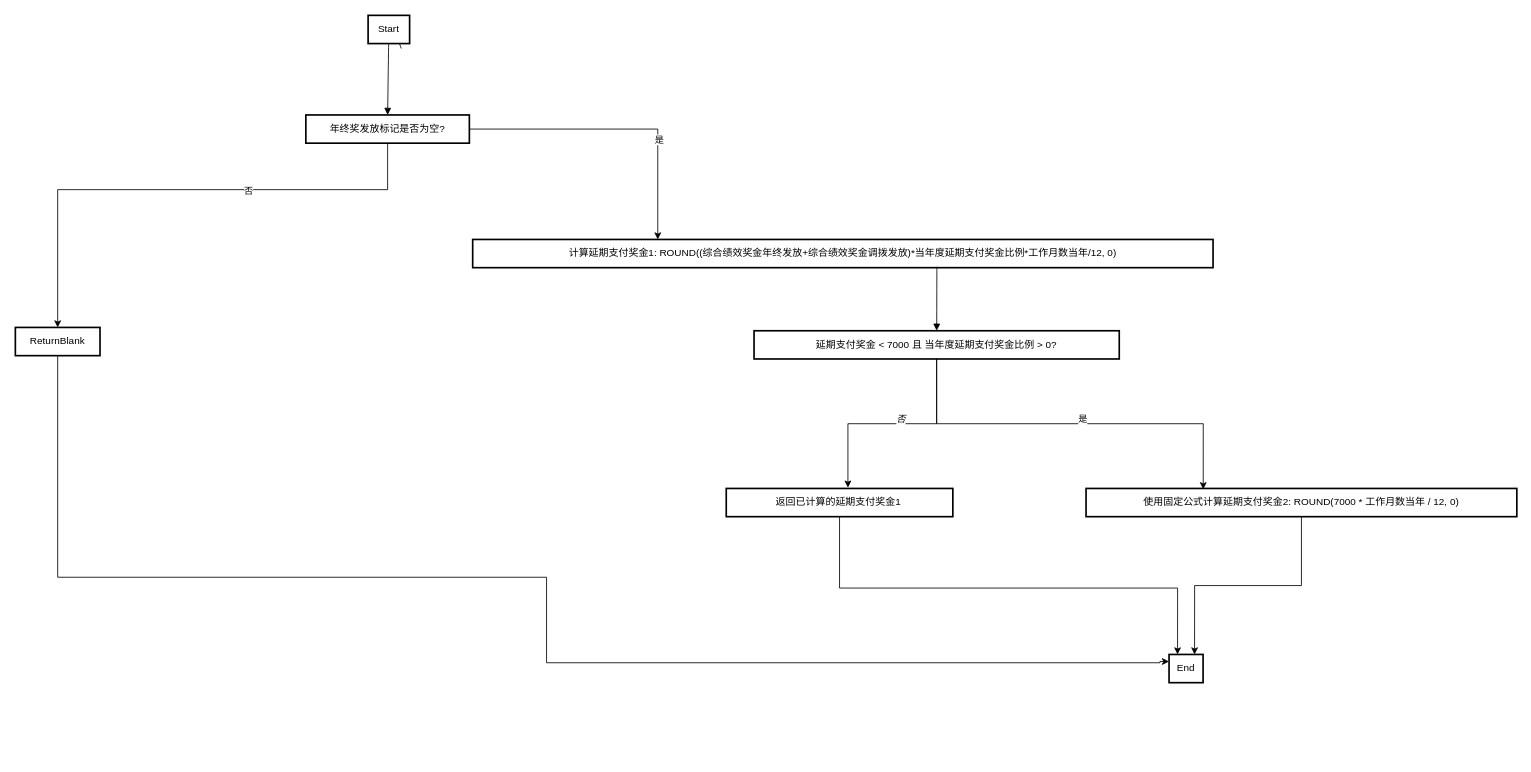
This is bonus.drawio from yi2003/diagram, a draw.io file, before an edit. Source tidied: cells renumbered, new cells numbered last; positions are measured from the earlier drawing's top-left corner, leaving out a move shared by most shapes. Both pictures are drawn from the tidied source at 83%, with x=0, y=0 at pixel (15, 15).
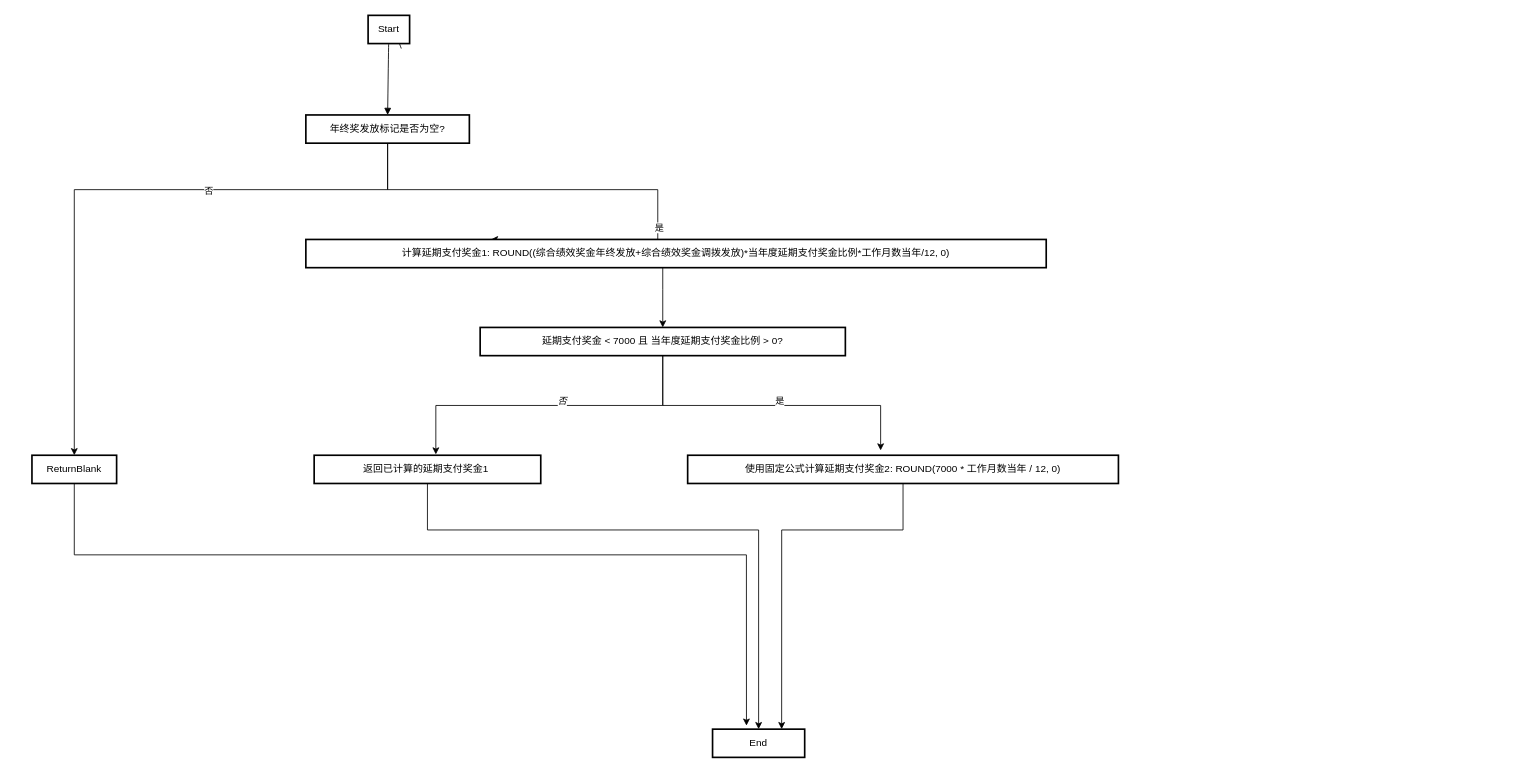
The same page after the edit.

The change refers to these unchanged cells:
```xml
<mxCell id="6" value="年终奖发放标记是否为空?" style="whiteSpace=wrap;strokeWidth=2;" parent="1" vertex="1">
  <mxGeometry x="350" y="120" width="197" height="34" as="geometry" />
</mxCell>
```

Change to the diagram source:
```diff
@@
     <mxCell id="2" style="edgeStyle=orthogonalEdgeStyle;rounded=0;jettySize=auto;html=1;entryX=0.5;entryY=0;entryDx=0;entryDy=0;" parent="1" edge="1" source="6" target="9">
       <mxGeometry relative="1" as="geometry">
         <Array as="points">
           <mxPoint x="449" y="210" />
-          <mxPoint x="51" y="210" />
+          <mxPoint x="71" y="210" />
         </Array>
       </mxGeometry>
     </mxCell>
@@
     <mxCell id="4" style="edgeStyle=orthogonalEdgeStyle;rounded=0;jettySize=auto;html=1;entryX=0.25;entryY=0;entryDx=0;entryDy=0;" parent="1" edge="1" source="6" target="7">
-      <mxGeometry relative="1" as="geometry" />
+      <mxGeometry relative="1" as="geometry">
+        <Array as="points">
+          <mxPoint x="449" y="210" />
+          <mxPoint x="774" y="210" />
+        </Array>
+      </mxGeometry>
     </mxCell>
@@
+    <mxCell id="17" style="edgeStyle=orthogonalEdgeStyle;rounded=0;jettySize=auto;html=1;entryX=0.5;entryY=0;entryDx=0;entryDy=0;" parent="1" edge="1" source="7" target="10">
+      <mxGeometry relative="1" as="geometry">
+        <Array as="points">
+          <mxPoint x="780" y="330" />
+          <mxPoint x="780" y="330" />
+        </Array>
+      </mxGeometry>
+    </mxCell>
     <mxCell id="7" value="计算延期支付奖金1: ROUND((综合绩效奖金年终发放+综合绩效奖金调拨发放)*当年度延期支付奖金比例*工作月数当年/12, 0)" style="whiteSpace=wrap;strokeWidth=2;" parent="1" vertex="1">
-      <mxGeometry x="551" y="270" width="892" height="34" as="geometry" />
+      <mxGeometry x="350" y="270" width="892" height="34" as="geometry" />
     </mxCell>
-    <mxCell id="8" style="edgeStyle=orthogonalEdgeStyle;rounded=0;jettySize=auto;html=1;entryX=0;entryY=0.25;entryDx=0;entryDy=0;" parent="1" edge="1" source="9" target="15">
-      <mxGeometry relative="1" as="geometry">
-        <Array as="points">
-          <mxPoint x="51" y="677" />
-          <mxPoint x="640" y="677" />
-          <mxPoint x="640" y="780" />
-          <mxPoint x="1379" y="780" />
-        </Array>
-      </mxGeometry>
-    </mxCell>
     <mxCell id="9" value="ReturnBlank" style="whiteSpace=wrap;strokeWidth=2;" parent="1" vertex="1">
-      <mxGeometry y="376" width="102" height="34" as="geometry" />
+      <mxGeometry x="20" y="530" width="102" height="34" as="geometry" />
     </mxCell>
     <mxCell id="10" value="延期支付奖金 &lt; 7000 且 当年度延期支付奖金比例 &gt; 0?" style="whiteSpace=wrap;strokeWidth=2;" parent="1" vertex="1">
-      <mxGeometry x="890" y="380" width="440" height="34" as="geometry" />
+      <mxGeometry x="560" y="376" width="440" height="34" as="geometry" />
     </mxCell>
     <mxCell id="11" style="edgeStyle=orthogonalEdgeStyle;rounded=0;jettySize=auto;html=1;entryX=0.75;entryY=0;entryDx=0;entryDy=0;" parent="1" edge="1" source="12" target="15">
-      <mxGeometry relative="1" as="geometry" />
+      <mxGeometry relative="1" as="geometry">
+        <Array as="points">
+          <mxPoint x="1069" y="620" />
+          <mxPoint x="923" y="620" />
+        </Array>
+      </mxGeometry>
     </mxCell>
     <mxCell id="12" value="使用固定公式计算延期支付奖金2: ROUND(7000 * 工作月数当年 / 12, 0)" style="whiteSpace=wrap;strokeWidth=2;" parent="1" vertex="1">
-      <mxGeometry x="1290" y="570" width="519" height="34" as="geometry" />
+      <mxGeometry x="810" y="530" width="519" height="34" as="geometry" />
     </mxCell>
-    <mxCell id="13" style="edgeStyle=orthogonalEdgeStyle;rounded=0;jettySize=auto;html=1;entryX=0.25;entryY=0;entryDx=0;entryDy=0;" parent="1" edge="1" source="14" target="15">
+    <mxCell id="13" style="edgeStyle=orthogonalEdgeStyle;rounded=0;jettySize=auto;html=1;entryX=0.5;entryY=0;entryDx=0;entryDy=0;" parent="1" edge="1" source="14" target="15">
       <mxGeometry relative="1" as="geometry">
         <Array as="points">
-          <mxPoint x="993" y="690" />
-          <mxPoint x="1400" y="690" />
+          <mxPoint x="497" y="620" />
+          <mxPoint x="895" y="620" />
         </Array>
       </mxGeometry>
     </mxCell>
     <mxCell id="14" value="返回已计算的延期支付奖金1 " style="whiteSpace=wrap;strokeWidth=2;" parent="1" vertex="1">
-      <mxGeometry x="856.5" y="570" width="273" height="34" as="geometry" />
+      <mxGeometry x="360" y="530" width="273" height="34" as="geometry" />
     </mxCell>
     <mxCell id="15" value="End" style="whiteSpace=wrap;strokeWidth=2;" parent="1" vertex="1">
-      <mxGeometry x="1390" y="770" width="41" height="34" as="geometry" />
+      <mxGeometry x="840" y="860" width="111" height="34" as="geometry" />
     </mxCell>
@@
-    <mxCell id="17" style="curved=1;startArrow=none;endArrow=block;exitX=0.627;exitY=0.97;rounded=0;exitDx=0;exitDy=0;exitPerimeter=0;" parent="1" edge="1" source="7" target="10">
-      <mxGeometry relative="1" as="geometry" />
-    </mxCell>
@@
-    <mxCell id="20" style="edgeStyle=orthogonalEdgeStyle;rounded=0;jettySize=auto;html=1;entryX=0.272;entryY=0.029;entryDx=0;entryDy=0;entryPerimeter=0;" parent="1" edge="1" source="10" target="12">
-      <mxGeometry relative="1" as="geometry" />
+    <mxCell id="20" style="edgeStyle=orthogonalEdgeStyle;rounded=0;jettySize=auto;html=1;entryX=0.448;entryY=-0.17;entryDx=0;entryDy=0;entryPerimeter=0;" parent="1" edge="1" source="10" target="12">
+      <mxGeometry relative="1" as="geometry">
+        <Array as="points">
+          <mxPoint x="780" y="470" />
+          <mxPoint x="1043" y="470" />
+        </Array>
+      </mxGeometry>
     </mxCell>
@@
+    <mxCell id="8" style="edgeStyle=orthogonalEdgeStyle;rounded=0;jettySize=auto;html=1;entryX=0.368;entryY=-0.124;entryDx=0;entryDy=0;entryPerimeter=0;" parent="1" edge="1" source="9" target="15">
+      <mxGeometry relative="1" as="geometry">
+        <Array as="points">
+          <mxPoint x="71" y="650" />
+          <mxPoint x="881" y="650" />
+        </Array>
+      </mxGeometry>
+    </mxCell>
```
